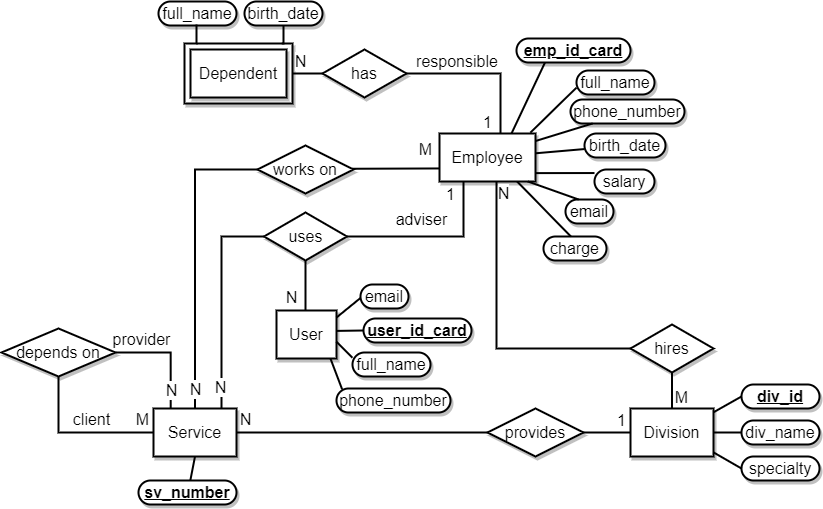
Before: imgs/chenDiagram.png, a diagram exported from draw.io (7yrionLannister/information-systems-modeling-wiki). Source tidied: cells renumbered, new cells last; positions are measured from the earlier drawing's top-left corner, leaving out a move shared by most shapes.
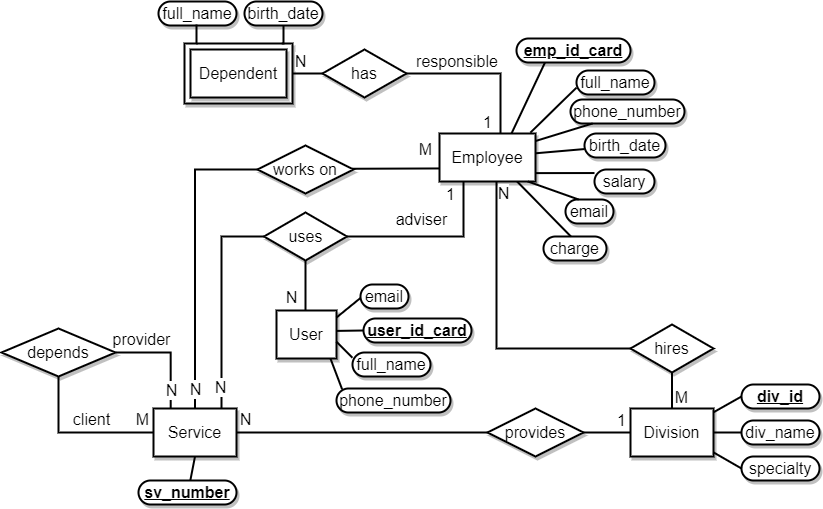
After the commit.

Commit message:
Hope this is the last modification to Chen diagram, again

What changed in the source:
```diff
@@ -163,7 +163,7 @@
     <mxCell id="43" value="Service" style="html=1;whiteSpace=wrap;fontSize=16;fontColor=#000000;align=center;spacing=3;strokeColor=#000000;strokeOpacity=100;fillOpacity=100;shadow=1;fillColor=#ffffff;strokeWidth=2;" parent="1" vertex="1">
       <mxGeometry x="152" y="407" width="83" height="48" as="geometry" />
     </mxCell>
-    <mxCell id="44" value="depends on" style="html=1;whiteSpace=wrap;rhombus;fontSize=16;fontColor=#000000;align=center;spacing=3;strokeColor=#000000;strokeOpacity=100;fillOpacity=100;shadow=1;fillColor=#ffffff;strokeWidth=2;" parent="1" vertex="1">
+    <mxCell id="44" value="depends" style="html=1;whiteSpace=wrap;rhombus;fontSize=16;fontColor=#000000;align=center;spacing=3;strokeColor=#000000;strokeOpacity=100;fillOpacity=100;shadow=1;fillColor=#ffffff;strokeWidth=2;" parent="1" vertex="1">
       <mxGeometry y="327" width="114" height="48" as="geometry" />
     </mxCell>
     <mxCell id="45" style="html=1;jettySize=18;fontSize=16;strokeColor=#000000;strokeWidth=2;rounded=1;arcSize=0;edgeStyle=orthogonalEdgeStyle;endArrow=none;exitX=0.1926024370424169;exitY=-0.025;exitPerimeter=1;entryX=1;entryY=0.49999999999999967;entryPerimeter=1;fontColor=#000000;" parent="1" edge="1" source="43" target="44">
```
